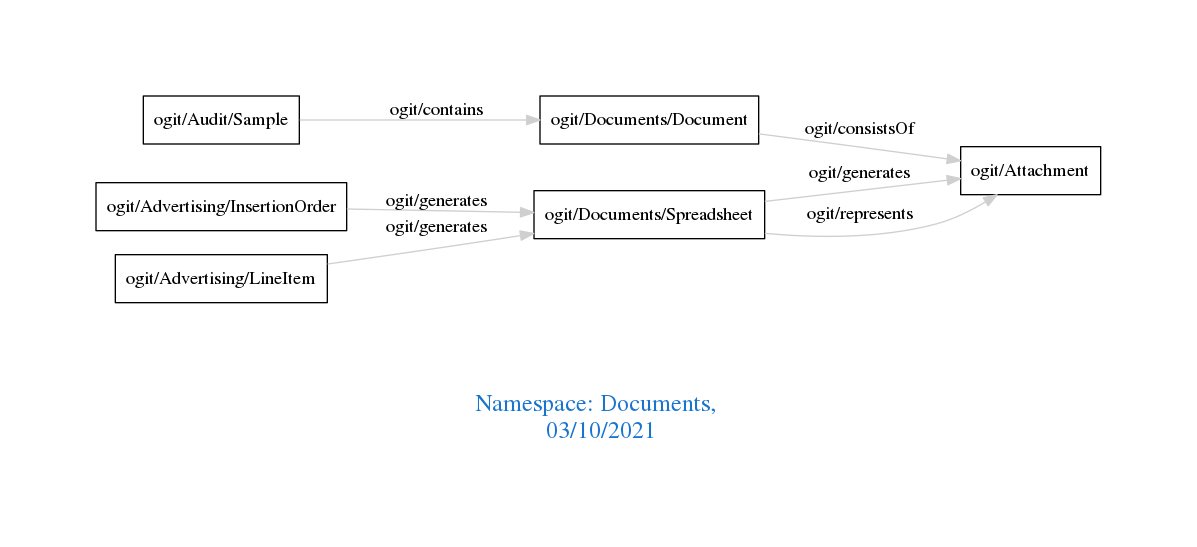
arago/OGIT keeps this Graphviz diagram as downloads/Documents.png. Above is the earlier version. Its source is kept beside it as downloads/Documents.dot.
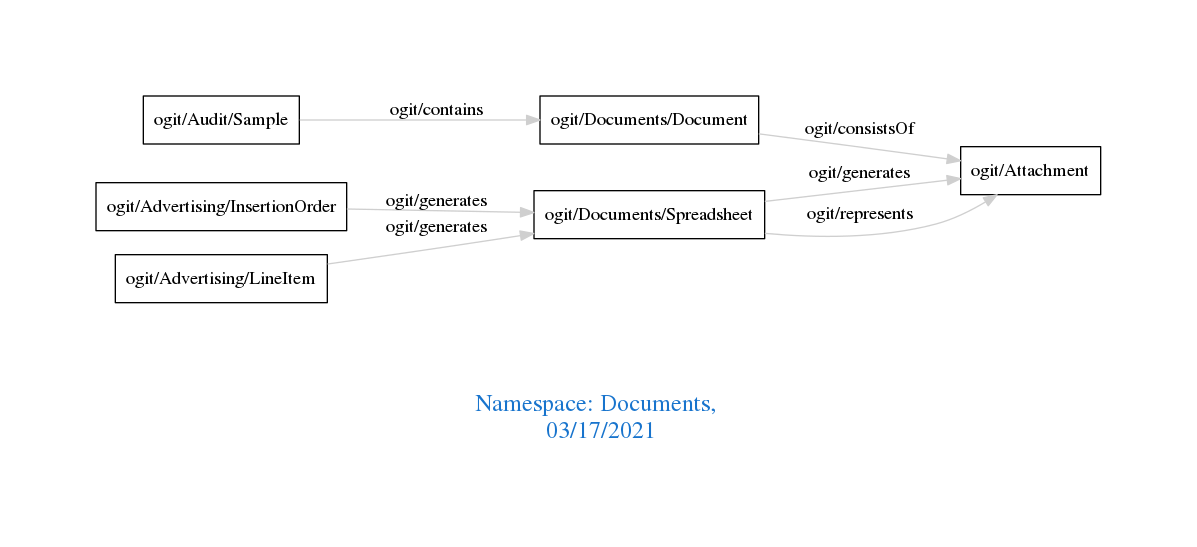
After the commit.

The edit, as a diff of the source:
```diff
@@ -1,7 +1,7 @@
 digraph OGIT_ontology {
  graph [ rankdir= LR,pad=1
 fontsize = 18,
-fontcolor= dodgerblue3,label = "\n\n\nNamespace: Documents, \n 03/10/2021"];
+fontcolor= dodgerblue3,label = "\n\n\nNamespace: Documents, \n 03/17/2021"];
 node[shape=polygon];
 edge [  color="gray81"];
 
```
